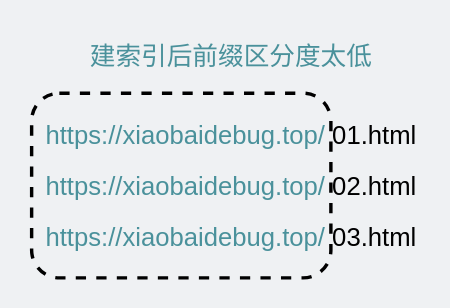
xiaobaiTech/image keeps this draw.io diagram as network/索引前缀区分度太低.drawio. Above is the earlier version. Source tidied: cells renumbered, new cells numbered last; positions are measured from the earlier drawing's top-left corner, leaving out a move shared by most shapes. Both pictures are drawn from the tidied source at 171%, with x=0, y=0 at pixel (31, 29).
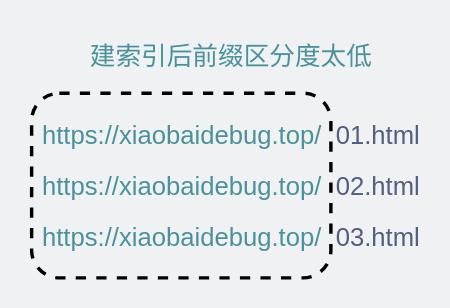
Above is the later version.

Commit message:
Update 索引前缀区分度太低.drawio

Change to the diagram source:
```diff
@@
 <mxGraphModel background="#EFF1F3">
   <root>
     <mxCell id="0" />
     <mxCell id="1" parent="0" />
-    <mxCell id="2" value="&lt;font color=&quot;#4a919b&quot; style=&quot;font-size: 15px&quot;&gt;https://xiaobaidebug.top/&amp;nbsp;&lt;/font&gt;01.html" style="text;html=1;strokeColor=none;fillColor=none;align=center;verticalAlign=middle;whiteSpace=wrap;rounded=0;fontSize=15;" parent="1" vertex="1">
+    <mxCell id="2" value="&lt;font color=&quot;#4a919b&quot; style=&quot;font-size: 15px&quot;&gt;https://xiaobaidebug.top/&amp;nbsp;&amp;nbsp;&lt;/font&gt;&lt;font color=&quot;#535e80&quot;&gt;01.html&lt;/font&gt;" style="text;html=1;strokeColor=none;fillColor=none;align=center;verticalAlign=middle;whiteSpace=wrap;rounded=0;fontSize=15;" parent="1" vertex="1">
       <mxGeometry x="8" y="46" width="218" height="30" as="geometry" />
     </mxCell>
-    <mxCell id="3" value="&lt;font color=&quot;#4a919b&quot; style=&quot;font-size: 15px&quot;&gt;https://xiaobaidebug.top/&amp;nbsp;&lt;/font&gt;02.html" style="text;html=1;strokeColor=none;fillColor=none;align=center;verticalAlign=middle;whiteSpace=wrap;rounded=0;fontSize=15;" parent="1" vertex="1">
+    <mxCell id="3" value="&lt;font color=&quot;#4a919b&quot; style=&quot;font-size: 15px&quot;&gt;https://xiaobaidebug.top/&amp;nbsp;&amp;nbsp;&lt;/font&gt;&lt;font color=&quot;#535e80&quot;&gt;02.html&lt;/font&gt;" style="text;html=1;strokeColor=none;fillColor=none;align=center;verticalAlign=middle;whiteSpace=wrap;rounded=0;fontSize=15;" parent="1" vertex="1">
       <mxGeometry x="8" y="76" width="218" height="30" as="geometry" />
     </mxCell>
-    <mxCell id="4" value="&lt;font color=&quot;#4a919b&quot; style=&quot;font-size: 15px&quot;&gt;https://xiaobaidebug.top/&amp;nbsp;&lt;/font&gt;03.html" style="text;html=1;strokeColor=none;fillColor=none;align=center;verticalAlign=middle;whiteSpace=wrap;rounded=0;fontSize=15;" parent="1" vertex="1">
+    <mxCell id="4" value="&lt;font color=&quot;#4a919b&quot; style=&quot;font-size: 15px&quot;&gt;https://xiaobaidebug.top/&amp;nbsp;&amp;nbsp;&lt;/font&gt;&lt;font color=&quot;#535e80&quot;&gt;03.html&lt;/font&gt;" style="text;html=1;strokeColor=none;fillColor=none;align=center;verticalAlign=middle;whiteSpace=wrap;rounded=0;fontSize=15;" parent="1" vertex="1">
       <mxGeometry x="8" y="106" width="218" height="30" as="geometry" />
     </mxCell>
     <mxCell id="5" style="rounded=1;whiteSpace=wrap;html=1;dashed=1;fontSize=15;fontColor=#4A919B;strokeColor=default;fillColor=none;strokeWidth=2;" parent="1" vertex="1">
       <mxGeometry y="37" width="175" height="108" as="geometry" />
     </mxCell>
     <mxCell id="6" value="建索引后前缀区分度太低" style="text;html=1;strokeColor=none;fillColor=none;align=center;verticalAlign=middle;whiteSpace=wrap;rounded=0;dashed=1;fontSize=15;fontColor=#4A919B;" parent="1" vertex="1">
       <mxGeometry x="29" width="176" height="30" as="geometry" />
     </mxCell>
   </root>
 </mxGraphModel>
```
